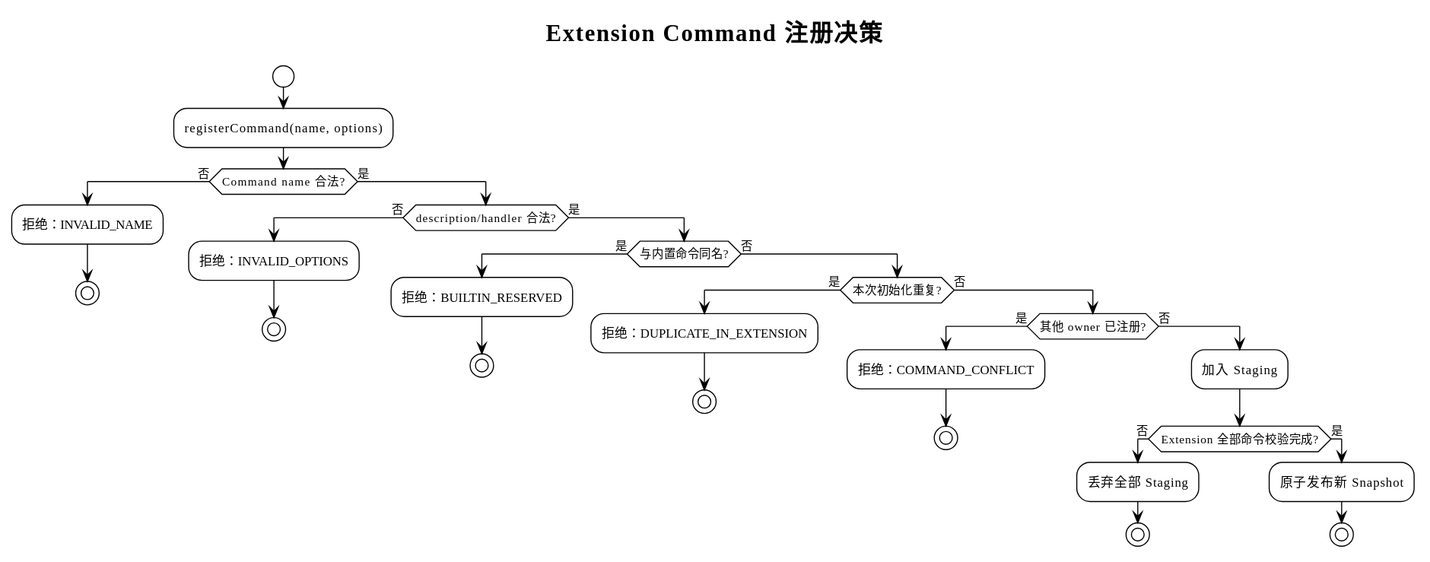
Above: diagrams/extension-command/09-registration-decision.svg in superheromeZzh/pi-mono-java-design (PlantUML), before the change.
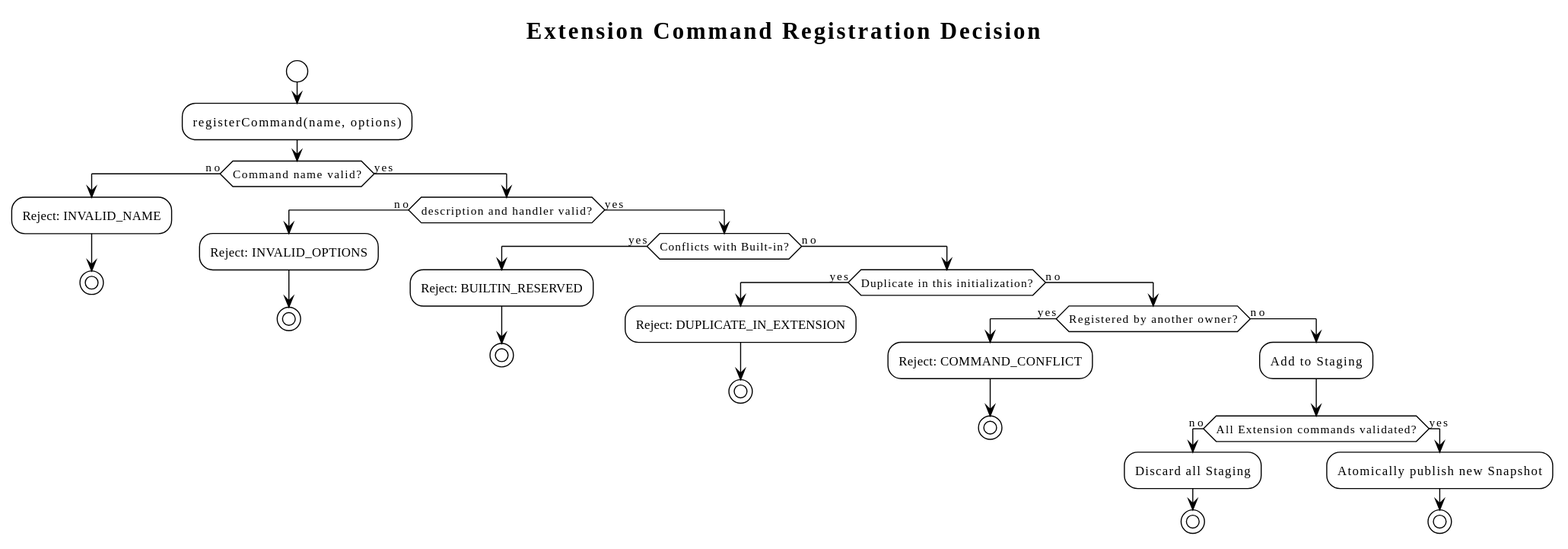
Later version of the same file.

The edit, as a diff of the source:
```diff
@@ -1,39 +1,39 @@
 @startuml
 !theme plain
 !pragma layout smetana
-skinparam defaultFontName "PingFang SC"
+skinparam defaultFontName "SansSerif"
 skinparam shadowing false
 skinparam backgroundColor transparent
-title Extension Command 注册决策
+title Extension Command Registration Decision
 
 start
 :registerCommand(name, options);
-if (Command name 合法?) then (否)
-  :拒绝：INVALID_NAME;
+if (Command name valid?) then (no)
+  :Reject: INVALID_NAME;
   stop
-else (是)
-  if (description/handler 合法?) then (否)
-    :拒绝：INVALID_OPTIONS;
+else (yes)
+  if (description and handler valid?) then (no)
+    :Reject: INVALID_OPTIONS;
     stop
-  else (是)
-    if (与内置命令同名?) then (是)
-      :拒绝：BUILTIN_RESERVED;
+  else (yes)
+    if (Conflicts with Built-in?) then (yes)
+      :Reject: BUILTIN_RESERVED;
       stop
-    else (否)
-      if (本次初始化重复?) then (是)
-        :拒绝：DUPLICATE_IN_EXTENSION;
+    else (no)
+      if (Duplicate in this initialization?) then (yes)
+        :Reject: DUPLICATE_IN_EXTENSION;
         stop
-      else (否)
-        if (其他 owner 已注册?) then (是)
-          :拒绝：COMMAND_CONFLICT;
+      else (no)
+        if (Registered by another owner?) then (yes)
+          :Reject: COMMAND_CONFLICT;
           stop
-        else (否)
-          :加入 Staging;
-          if (Extension 全部命令校验完成?) then (否)
-            :丢弃全部 Staging;
+        else (no)
+          :Add to Staging;
+          if (All Extension commands validated?) then (no)
+            :Discard all Staging;
             stop
-          else (是)
-            :原子发布新 Snapshot;
+          else (yes)
+            :Atomically publish new Snapshot;
             stop
           endif
         endif
```
